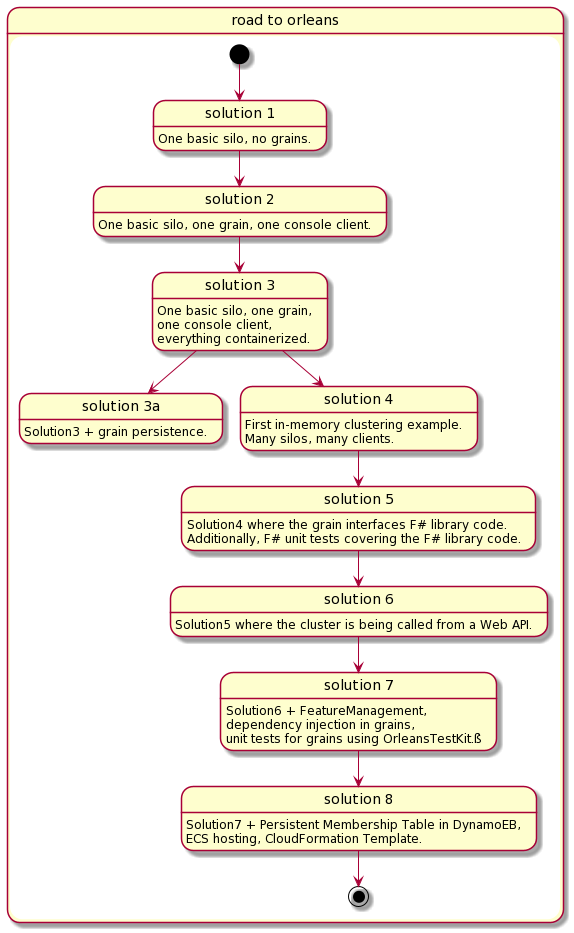
This is solutions/road-to-orleans.png from PiotrJustyna/road-to-orleans, a PlantUML export, as it was before one commit.
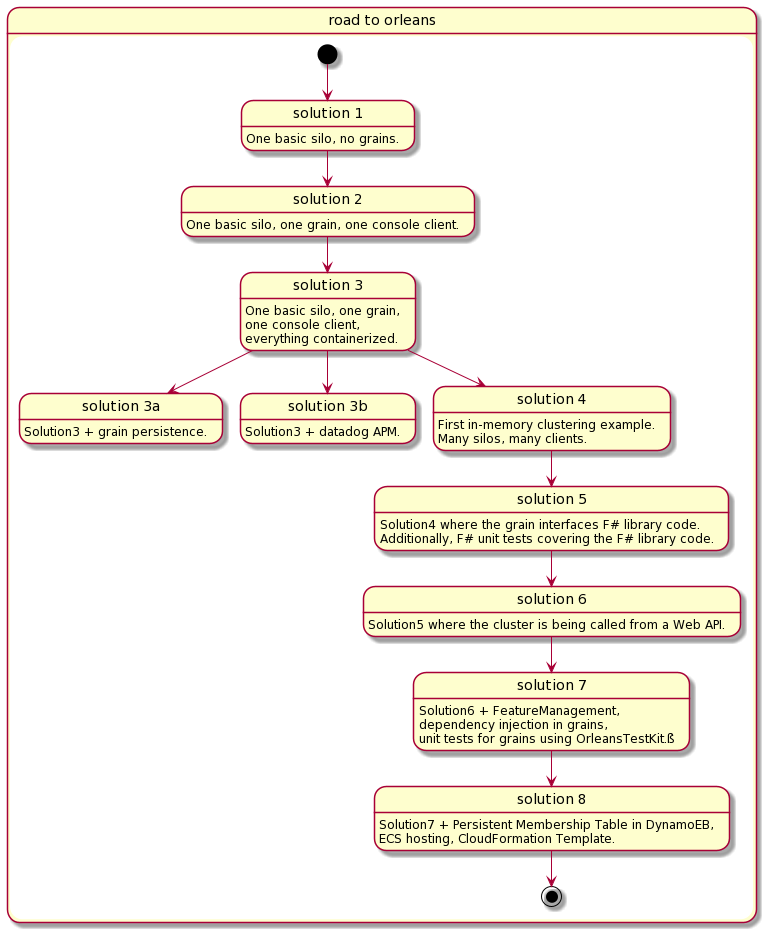
After the commit.

The edit, as a diff of the source:
```diff
@@ -17,6 +17,10 @@
 
     state "solution 3a" as Solution3a{
       Solution3a : Solution3 + grain persistence.
+    }
+
+    state "solution 3b" as Solution3b{
+      Solution3b : Solution3 + datadog APM.
     }
 
     state "solution 4" as Solution4{
@@ -48,6 +52,7 @@
     Solution1 --> Solution2
     Solution2 --> Solution3
     Solution3 --> Solution3a
+    Solution3 --> Solution3b
     Solution3 --> Solution4
     Solution4 --> Solution5
     Solution5 --> Solution6
```
